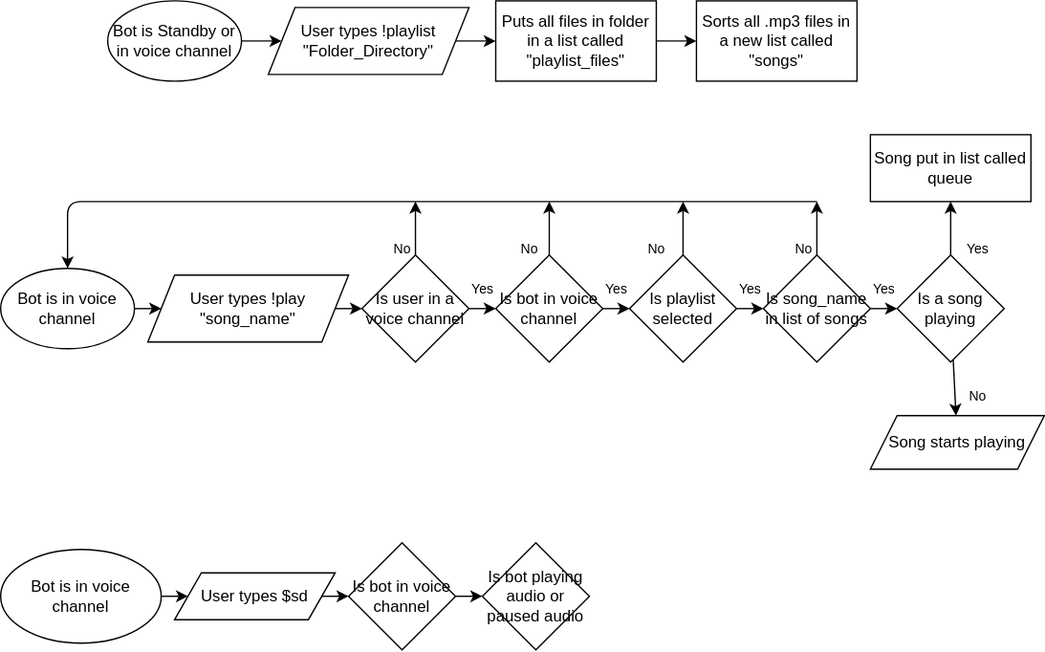
The draw.io diagram .drawio.svg in GabrielYassine/Music-Bot-Discord, before a commit. Source tidied: cells renumbered, new cells last; positions are measured from the earlier drawing's top-left corner, leaving out a move shared by most shapes.
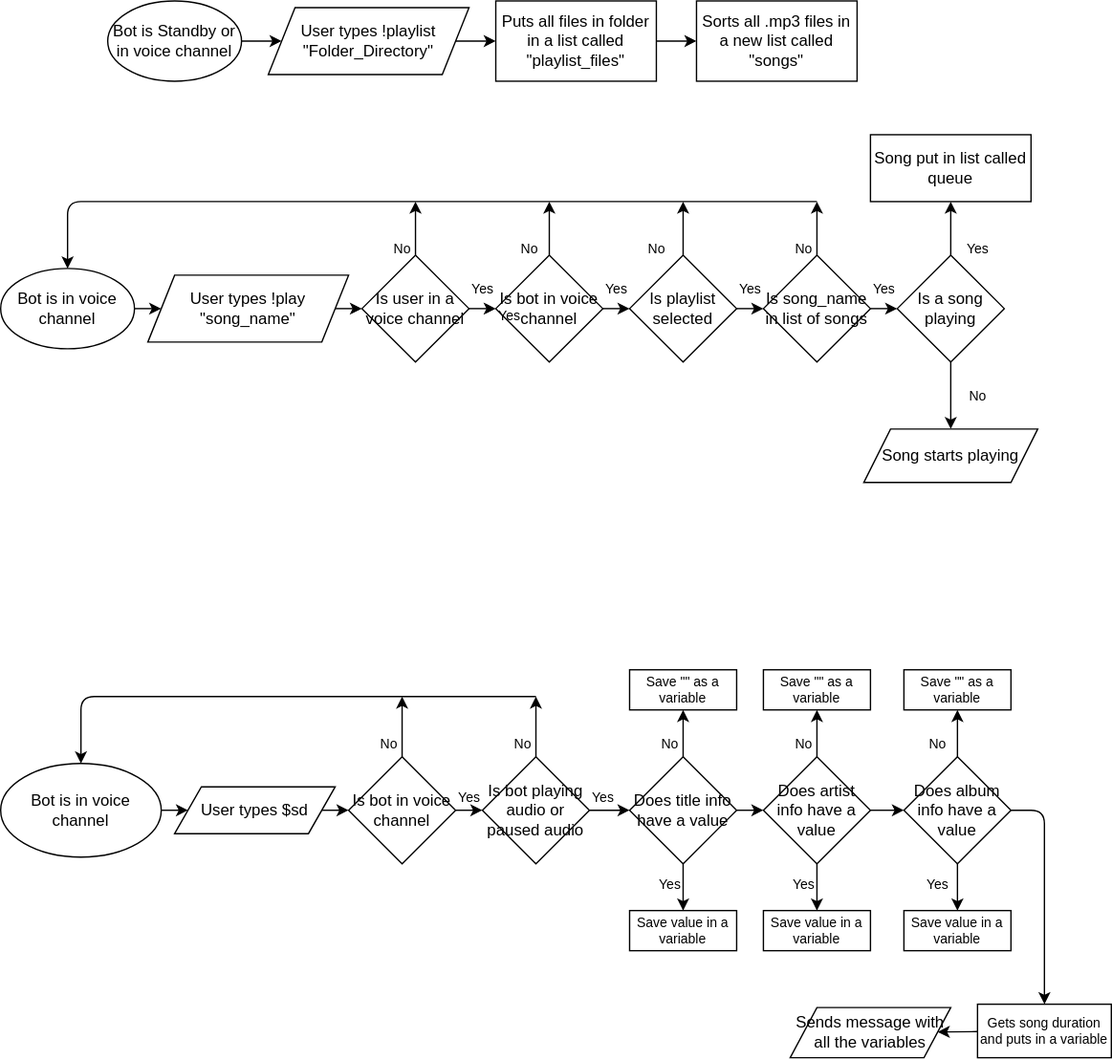
Later version of the same file.

Diff of the diagram source:
```diff
@@ -104,7 +104,7 @@
       <mxGeometry x="650" y="100" width="120" height="50" as="geometry" />
     </mxCell>
     <mxCell id="30" value="Song starts playing" style="shape=parallelogram;perimeter=parallelogramPerimeter;whiteSpace=wrap;html=1;fixedSize=1;" parent="1" vertex="1">
-      <mxGeometry x="650" y="310" width="130" height="40" as="geometry" />
+      <mxGeometry x="645" y="320" width="130" height="40" as="geometry" />
     </mxCell>
     <mxCell id="31" value="Yes" style="text;html=1;align=center;verticalAlign=middle;strokeColor=none;fillColor=none;fontSize=10;" parent="1" vertex="1">
       <mxGeometry x="440" y="200" width="40" height="30" as="geometry" />
@@ -140,22 +140,153 @@
       <mxGeometry relative="1" as="geometry" />
     </mxCell>
     <mxCell id="42" value="Bot is in voice channel" style="ellipse;whiteSpace=wrap;html=1;" parent="1" vertex="1">
-      <mxGeometry y="410" width="120" height="70" as="geometry" />
+      <mxGeometry y="570" width="120" height="70" as="geometry" />
     </mxCell>
     <mxCell id="43" style="edgeStyle=none;html=1;fontSize=10;" parent="1" edge="1" source="44" target="46">
       <mxGeometry relative="1" as="geometry" />
     </mxCell>
     <mxCell id="44" value="User types $sd" style="shape=parallelogram;perimeter=parallelogramPerimeter;whiteSpace=wrap;html=1;fixedSize=1;" parent="1" vertex="1">
-      <mxGeometry x="130" y="427.5" width="120" height="35" as="geometry" />
+      <mxGeometry x="130" y="587.5" width="120" height="35" as="geometry" />
     </mxCell>
     <mxCell id="45" style="edgeStyle=none;html=1;fontSize=10;" parent="1" edge="1" source="46" target="47">
       <mxGeometry relative="1" as="geometry" />
     </mxCell>
+    <mxCell id="48" style="edgeStyle=none;html=1;fontSize=10;" parent="1" edge="1" source="46">
+      <mxGeometry relative="1" as="geometry">
+        <mxPoint x="300" y="520" as="targetPoint" />
+      </mxGeometry>
+    </mxCell>
     <mxCell id="46" value="Is bot in voice channel" style="rhombus;whiteSpace=wrap;html=1;" parent="1" vertex="1">
-      <mxGeometry x="260" y="405" width="80" height="80" as="geometry" />
+      <mxGeometry x="260" y="565" width="80" height="80" as="geometry" />
     </mxCell>
+    <mxCell id="49" style="edgeStyle=none;html=1;fontSize=10;" parent="1" edge="1" source="47" target="53">
+      <mxGeometry relative="1" as="geometry" />
+    </mxCell>
+    <mxCell id="50" style="edgeStyle=none;html=1;fontSize=10;" parent="1" edge="1" source="47">
+      <mxGeometry relative="1" as="geometry">
+        <mxPoint x="400" y="520" as="targetPoint" />
+      </mxGeometry>
+    </mxCell>
     <mxCell id="47" value="Is bot playing audio or paused audio" style="rhombus;whiteSpace=wrap;html=1;" parent="1" vertex="1">
-      <mxGeometry x="360" y="405" width="80" height="80" as="geometry" />
+      <mxGeometry x="360" y="565" width="80" height="80" as="geometry" />
     </mxCell>
+    <mxCell id="51" style="edgeStyle=none;html=1;fontSize=10;" parent="1" edge="1" source="53" target="55">
+      <mxGeometry relative="1" as="geometry" />
+    </mxCell>
+    <mxCell id="52" style="edgeStyle=none;html=1;fontSize=10;" parent="1" edge="1" source="53" target="64">
+      <mxGeometry relative="1" as="geometry" />
+    </mxCell>
+    <mxCell id="53" value="Does title info have a value" style="rhombus;whiteSpace=wrap;html=1;" parent="1" vertex="1">
+      <mxGeometry x="470" y="565" width="80" height="80" as="geometry" />
+    </mxCell>
+    <mxCell id="54" style="edgeStyle=none;html=1;fontSize=10;" parent="1" edge="1" source="55" target="57">
+      <mxGeometry relative="1" as="geometry" />
+    </mxCell>
+    <mxCell id="55" value="Does artist info have a value" style="rhombus;whiteSpace=wrap;html=1;" parent="1" vertex="1">
+      <mxGeometry x="570" y="565" width="80" height="80" as="geometry" />
+    </mxCell>
+    <mxCell id="56" style="edgeStyle=none;html=1;fontSize=10;" parent="1" edge="1" source="57">
+      <mxGeometry relative="1" as="geometry">
+        <mxPoint x="780" y="750" as="targetPoint" />
+        <Array as="points">
+          <mxPoint x="780" y="605" />
+        </Array>
+      </mxGeometry>
+    </mxCell>
+    <mxCell id="57" value="Does album info have a value" style="rhombus;whiteSpace=wrap;html=1;" parent="1" vertex="1">
+      <mxGeometry x="675" y="565" width="80" height="80" as="geometry" />
+    </mxCell>
+    <mxCell id="58" style="endArrow=classic;html=1;entryX=0.5;entryY=0;entryDx=0;entryDy=0;" parent="1" edge="1">
+      <mxGeometry relative="1" as="geometry">
+        <mxPoint x="400" y="520" as="sourcePoint" />
+        <mxPoint x="60" y="570" as="targetPoint" />
+        <Array as="points">
+          <mxPoint x="60" y="520" />
+        </Array>
+      </mxGeometry>
+    </mxCell>
+    <mxCell id="59" value="No&lt;br&gt;" style="text;html=1;align=center;verticalAlign=middle;strokeColor=none;fillColor=none;fontSize=10;" parent="1" vertex="1">
+      <mxGeometry x="270" y="540" width="40" height="30" as="geometry" />
+    </mxCell>
+    <mxCell id="60" value="No&lt;br&gt;" style="text;html=1;align=center;verticalAlign=middle;strokeColor=none;fillColor=none;fontSize=10;" parent="1" vertex="1">
+      <mxGeometry x="370" y="540" width="40" height="30" as="geometry" />
+    </mxCell>
+    <mxCell id="61" value="Yes" style="text;html=1;align=center;verticalAlign=middle;strokeColor=none;fillColor=none;fontSize=10;" parent="1" vertex="1">
+      <mxGeometry x="330" y="580" width="40" height="30" as="geometry" />
+    </mxCell>
+    <mxCell id="62" value="Yes" style="text;html=1;align=center;verticalAlign=middle;strokeColor=none;fillColor=none;fontSize=10;" parent="1" vertex="1">
+      <mxGeometry x="360" y="220" width="40" height="30" as="geometry" />
+    </mxCell>
+    <mxCell id="63" value="Yes" style="text;html=1;align=center;verticalAlign=middle;strokeColor=none;fillColor=none;fontSize=10;" parent="1" vertex="1">
+      <mxGeometry x="430" y="580" width="40" height="30" as="geometry" />
+    </mxCell>
+    <mxCell id="64" value="Save value in a variable" style="whiteSpace=wrap;html=1;fontSize=10;" parent="1" vertex="1">
+      <mxGeometry x="470" y="680" width="80" height="30" as="geometry" />
+    </mxCell>
+    <mxCell id="65" style="edgeStyle=none;html=1;fontSize=10;" parent="1" edge="1" target="66">
+      <mxGeometry relative="1" as="geometry">
+        <mxPoint x="610" y="645" as="sourcePoint" />
+      </mxGeometry>
+    </mxCell>
+    <mxCell id="66" value="Save value in a variable" style="whiteSpace=wrap;html=1;fontSize=10;" parent="1" vertex="1">
+      <mxGeometry x="570" y="680" width="80" height="30" as="geometry" />
+    </mxCell>
+    <mxCell id="67" style="edgeStyle=none;html=1;fontSize=10;" parent="1" edge="1" target="68">
+      <mxGeometry relative="1" as="geometry">
+        <mxPoint x="715" y="645" as="sourcePoint" />
+      </mxGeometry>
+    </mxCell>
+    <mxCell id="68" value="Save value in a variable" style="whiteSpace=wrap;html=1;fontSize=10;" parent="1" vertex="1">
+      <mxGeometry x="675" y="680" width="80" height="30" as="geometry" />
+    </mxCell>
+    <mxCell id="69" style="edgeStyle=none;html=1;fontSize=10;exitX=0.5;exitY=0;exitDx=0;exitDy=0;entryX=0.5;entryY=1;entryDx=0;entryDy=0;" parent="1" edge="1" source="53" target="70">
+      <mxGeometry relative="1" as="geometry" />
+    </mxCell>
+    <mxCell id="70" value="Save &quot;&quot; as a variable" style="whiteSpace=wrap;html=1;fontSize=10;" parent="1" vertex="1">
+      <mxGeometry x="470" y="500" width="80" height="30" as="geometry" />
+    </mxCell>
+    <mxCell id="71" style="edgeStyle=none;html=1;fontSize=10;exitX=0.5;exitY=0;exitDx=0;exitDy=0;entryX=0.5;entryY=1;entryDx=0;entryDy=0;" parent="1" edge="1" target="72">
+      <mxGeometry relative="1" as="geometry">
+        <mxPoint x="610" y="565" as="sourcePoint" />
+      </mxGeometry>
+    </mxCell>
+    <mxCell id="72" value="Save &quot;&quot; as a variable" style="whiteSpace=wrap;html=1;fontSize=10;" parent="1" vertex="1">
+      <mxGeometry x="570" y="500" width="80" height="30" as="geometry" />
+    </mxCell>
+    <mxCell id="73" style="edgeStyle=none;html=1;fontSize=10;exitX=0.5;exitY=0;exitDx=0;exitDy=0;entryX=0.5;entryY=1;entryDx=0;entryDy=0;" parent="1" edge="1" target="74">
+      <mxGeometry relative="1" as="geometry">
+        <mxPoint x="715" y="565" as="sourcePoint" />
+      </mxGeometry>
+    </mxCell>
+    <mxCell id="74" value="Save &quot;&quot; as a variable" style="whiteSpace=wrap;html=1;fontSize=10;" parent="1" vertex="1">
+      <mxGeometry x="675" y="500" width="80" height="30" as="geometry" />
+    </mxCell>
+    <mxCell id="75" style="edgeStyle=none;html=1;fontSize=10;" parent="1" edge="1" source="76" target="77">
+      <mxGeometry relative="1" as="geometry" />
+    </mxCell>
+    <mxCell id="76" value="Gets song duration and puts in a variable" style="rounded=0;whiteSpace=wrap;html=1;fontSize=10;" parent="1" vertex="1">
+      <mxGeometry x="730" y="750" width="100" height="40" as="geometry" />
+    </mxCell>
+    <mxCell id="77" value="Sends message with all the variables" style="shape=parallelogram;perimeter=parallelogramPerimeter;whiteSpace=wrap;html=1;fixedSize=1;" parent="1" vertex="1">
+      <mxGeometry x="590" y="752.5" width="120" height="37.5" as="geometry" />
+    </mxCell>
+    <mxCell id="78" value="Yes" style="text;html=1;align=center;verticalAlign=middle;strokeColor=none;fillColor=none;fontSize=10;" parent="1" vertex="1">
+      <mxGeometry x="480" y="645" width="40" height="30" as="geometry" />
+    </mxCell>
+    <mxCell id="79" value="Yes" style="text;html=1;align=center;verticalAlign=middle;strokeColor=none;fillColor=none;fontSize=10;" parent="1" vertex="1">
+      <mxGeometry x="580" y="645" width="40" height="30" as="geometry" />
+    </mxCell>
+    <mxCell id="80" value="Yes" style="text;html=1;align=center;verticalAlign=middle;strokeColor=none;fillColor=none;fontSize=10;" parent="1" vertex="1">
+      <mxGeometry x="680" y="645" width="40" height="30" as="geometry" />
+    </mxCell>
+    <mxCell id="81" value="No&lt;br&gt;" style="text;html=1;align=center;verticalAlign=middle;strokeColor=none;fillColor=none;fontSize=10;" parent="1" vertex="1">
+      <mxGeometry x="480" y="540" width="40" height="30" as="geometry" />
+    </mxCell>
+    <mxCell id="82" value="No&lt;br&gt;" style="text;html=1;align=center;verticalAlign=middle;strokeColor=none;fillColor=none;fontSize=10;" parent="1" vertex="1">
+      <mxGeometry x="580" y="540" width="40" height="30" as="geometry" />
+    </mxCell>
+    <mxCell id="83" value="No&lt;br&gt;" style="text;html=1;align=center;verticalAlign=middle;strokeColor=none;fillColor=none;fontSize=10;" parent="1" vertex="1">
+      <mxGeometry x="680" y="540" width="40" height="30" as="geometry" />
+    </mxCell>
   </root>
 </mxGraphModel>
```
